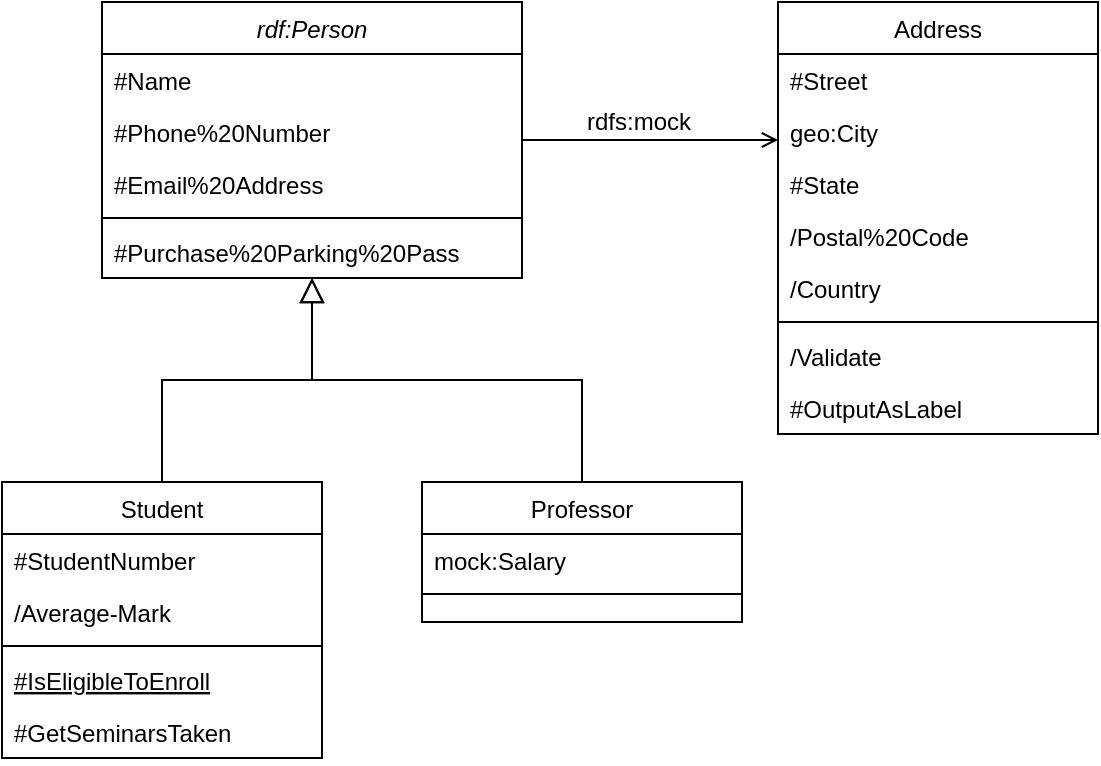
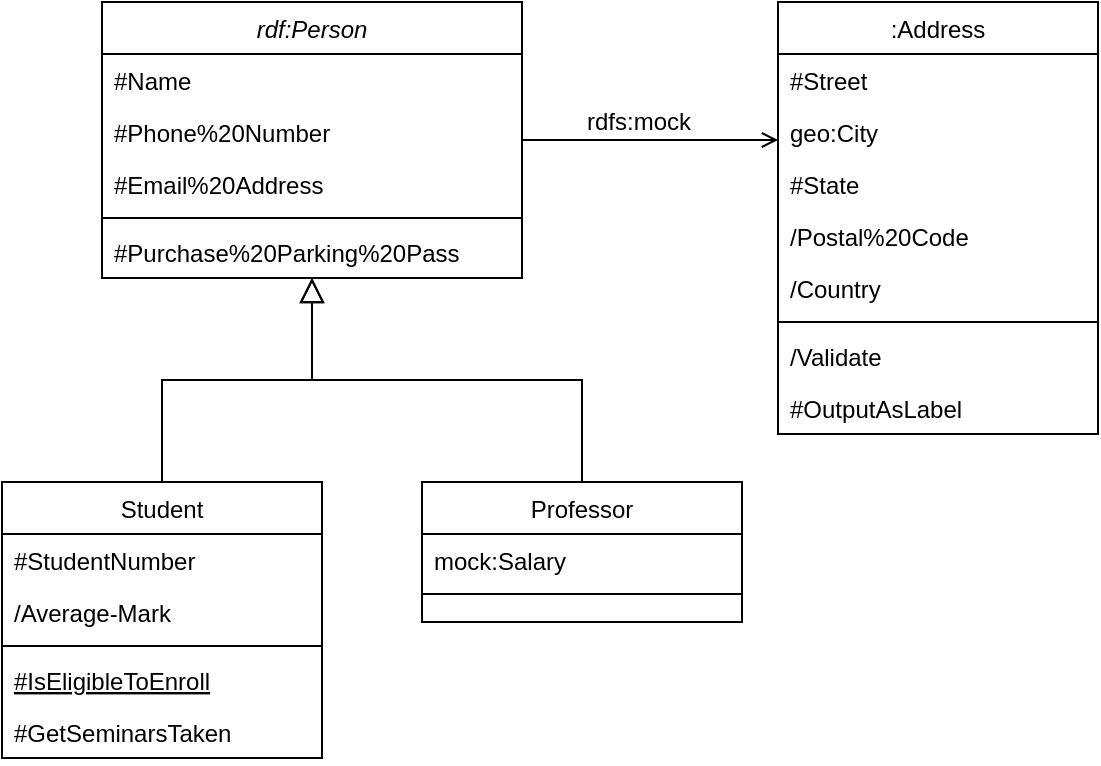
<mxfile host="[::]" agent="Mozilla/5.0 (Macintosh; Intel Mac OS X 10_15_7) AppleWebKit/537.36 (KHTML, like Gecko) Chrome/142.0.0.0 Safari/537.36" version="24.7.5">
  <diagram id="C5RBs43oDa-KdzZeNtuy" name="Page-1">
    <mxGraphModel dx="794" dy="428" grid="1" gridSize="10" guides="1" tooltips="1" connect="1" arrows="1" fold="1" page="1" pageScale="1" pageWidth="827" pageHeight="1169" math="0" shadow="0">
      <root>
        <gbadMetadata id="WIyWlLk6GJQsqaUBKTNV-0">
-           <mxCell />
          <userObjectPreambleElement rdfPrefix="mock" rdfIRI="mock://uri" />
          <userObjectPreambleElement rdfPrefix="geo" rdfIRI="http://some-mock-site-for-geo.com" />
+           <mxCell />
          <mxCell />
        </gbadMetadata>
        <mxCell id="WIyWlLk6GJQsqaUBKTNV-1" parent="WIyWlLk6GJQsqaUBKTNV-0" />
        <mxCell id="zkfFHV4jXpPFQw0GAbJ--0" value="rdf:Person" style="swimlane;fontStyle=2;align=center;verticalAlign=top;childLayout=stackLayout;horizontal=1;startSize=26;horizontalStack=0;resizeParent=1;resizeLast=0;collapsible=1;marginBottom=0;rounded=0;shadow=0;strokeWidth=1;" parent="WIyWlLk6GJQsqaUBKTNV-1" vertex="1">
          <mxGeometry x="170" y="120" width="210" height="138" as="geometry">
            <mxRectangle x="230" y="140" width="160" height="26" as="alternateBounds" />
          </mxGeometry>
        </mxCell>
        <mxCell id="zkfFHV4jXpPFQw0GAbJ--1" value="#Name" style="text;align=left;verticalAlign=top;spacingLeft=4;spacingRight=4;overflow=hidden;rotatable=0;points=[[0,0.5],[1,0.5]];portConstraint=eastwest;" parent="zkfFHV4jXpPFQw0GAbJ--0" vertex="1">
          <mxGeometry y="26" width="210" height="26" as="geometry" />
        </mxCell>
        <mxCell id="zkfFHV4jXpPFQw0GAbJ--2" value="#Phone%20Number" style="text;align=left;verticalAlign=top;spacingLeft=4;spacingRight=4;overflow=hidden;rotatable=0;points=[[0,0.5],[1,0.5]];portConstraint=eastwest;rounded=0;shadow=0;html=0;" parent="zkfFHV4jXpPFQw0GAbJ--0" vertex="1">
          <mxGeometry y="52" width="210" height="26" as="geometry" />
        </mxCell>
        <mxCell id="zkfFHV4jXpPFQw0GAbJ--3" value="#Email%20Address" style="text;align=left;verticalAlign=top;spacingLeft=4;spacingRight=4;overflow=hidden;rotatable=0;points=[[0,0.5],[1,0.5]];portConstraint=eastwest;rounded=0;shadow=0;html=0;" parent="zkfFHV4jXpPFQw0GAbJ--0" vertex="1">
          <mxGeometry y="78" width="210" height="26" as="geometry" />
        </mxCell>
        <mxCell id="zkfFHV4jXpPFQw0GAbJ--4" value="" style="line;html=1;strokeWidth=1;align=left;verticalAlign=middle;spacingTop=-1;spacingLeft=3;spacingRight=3;rotatable=0;labelPosition=right;points=[];portConstraint=eastwest;" parent="zkfFHV4jXpPFQw0GAbJ--0" vertex="1">
          <mxGeometry y="104" width="210" height="8" as="geometry" />
        </mxCell>
        <mxCell id="zkfFHV4jXpPFQw0GAbJ--5" value="#Purchase%20Parking%20Pass" style="text;align=left;verticalAlign=top;spacingLeft=4;spacingRight=4;overflow=hidden;rotatable=0;points=[[0,0.5],[1,0.5]];portConstraint=eastwest;" parent="zkfFHV4jXpPFQw0GAbJ--0" vertex="1">
          <mxGeometry y="112" width="210" height="26" as="geometry" />
        </mxCell>
        <mxCell id="zkfFHV4jXpPFQw0GAbJ--6" value="Student" style="swimlane;fontStyle=0;align=center;verticalAlign=top;childLayout=stackLayout;horizontal=1;startSize=26;horizontalStack=0;resizeParent=1;resizeLast=0;collapsible=1;marginBottom=0;rounded=0;shadow=0;strokeWidth=1;" parent="WIyWlLk6GJQsqaUBKTNV-1" vertex="1">
          <mxGeometry x="120" y="360" width="160" height="138" as="geometry">
            <mxRectangle x="130" y="380" width="160" height="26" as="alternateBounds" />
          </mxGeometry>
        </mxCell>
        <mxCell id="zkfFHV4jXpPFQw0GAbJ--7" value="#StudentNumber" style="text;align=left;verticalAlign=top;spacingLeft=4;spacingRight=4;overflow=hidden;rotatable=0;points=[[0,0.5],[1,0.5]];portConstraint=eastwest;" parent="zkfFHV4jXpPFQw0GAbJ--6" vertex="1">
          <mxGeometry y="26" width="160" height="26" as="geometry" />
        </mxCell>
        <mxCell id="zkfFHV4jXpPFQw0GAbJ--8" value="/Average-Mark" style="text;align=left;verticalAlign=top;spacingLeft=4;spacingRight=4;overflow=hidden;rotatable=0;points=[[0,0.5],[1,0.5]];portConstraint=eastwest;rounded=0;shadow=0;html=0;" parent="zkfFHV4jXpPFQw0GAbJ--6" vertex="1">
          <mxGeometry y="52" width="160" height="26" as="geometry" />
        </mxCell>
        <mxCell id="zkfFHV4jXpPFQw0GAbJ--9" value="" style="line;html=1;strokeWidth=1;align=left;verticalAlign=middle;spacingTop=-1;spacingLeft=3;spacingRight=3;rotatable=0;labelPosition=right;points=[];portConstraint=eastwest;" parent="zkfFHV4jXpPFQw0GAbJ--6" vertex="1">
          <mxGeometry y="78" width="160" height="8" as="geometry" />
        </mxCell>
        <mxCell id="zkfFHV4jXpPFQw0GAbJ--10" value="#IsEligibleToEnroll" style="text;align=left;verticalAlign=top;spacingLeft=4;spacingRight=4;overflow=hidden;rotatable=0;points=[[0,0.5],[1,0.5]];portConstraint=eastwest;fontStyle=4" parent="zkfFHV4jXpPFQw0GAbJ--6" vertex="1">
          <mxGeometry y="86" width="160" height="26" as="geometry" />
        </mxCell>
        <mxCell id="zkfFHV4jXpPFQw0GAbJ--11" value="#GetSeminarsTaken" style="text;align=left;verticalAlign=top;spacingLeft=4;spacingRight=4;overflow=hidden;rotatable=0;points=[[0,0.5],[1,0.5]];portConstraint=eastwest;" parent="zkfFHV4jXpPFQw0GAbJ--6" vertex="1">
          <mxGeometry y="112" width="160" height="26" as="geometry" />
        </mxCell>
        <mxCell id="zkfFHV4jXpPFQw0GAbJ--12" value="" style="endArrow=block;endSize=10;endFill=0;shadow=0;strokeWidth=1;rounded=0;curved=0;edgeStyle=elbowEdgeStyle;elbow=vertical;" parent="WIyWlLk6GJQsqaUBKTNV-1" source="zkfFHV4jXpPFQw0GAbJ--6" target="zkfFHV4jXpPFQw0GAbJ--0" edge="1">
          <mxGeometry width="160" relative="1" as="geometry">
            <mxPoint x="200" y="203" as="sourcePoint" />
            <mxPoint x="200" y="203" as="targetPoint" />
          </mxGeometry>
        </mxCell>
        <mxCell id="zkfFHV4jXpPFQw0GAbJ--13" value="Professor" style="swimlane;fontStyle=0;align=center;verticalAlign=top;childLayout=stackLayout;horizontal=1;startSize=26;horizontalStack=0;resizeParent=1;resizeLast=0;collapsible=1;marginBottom=0;rounded=0;shadow=0;strokeWidth=1;" parent="WIyWlLk6GJQsqaUBKTNV-1" vertex="1">
          <mxGeometry x="330" y="360" width="160" height="70" as="geometry">
            <mxRectangle x="340" y="380" width="170" height="26" as="alternateBounds" />
          </mxGeometry>
        </mxCell>
        <mxCell id="zkfFHV4jXpPFQw0GAbJ--14" value="mock:Salary" style="text;align=left;verticalAlign=top;spacingLeft=4;spacingRight=4;overflow=hidden;rotatable=0;points=[[0,0.5],[1,0.5]];portConstraint=eastwest;" parent="zkfFHV4jXpPFQw0GAbJ--13" vertex="1">
          <mxGeometry y="26" width="160" height="26" as="geometry" />
        </mxCell>
        <mxCell id="zkfFHV4jXpPFQw0GAbJ--15" value="" style="line;html=1;strokeWidth=1;align=left;verticalAlign=middle;spacingTop=-1;spacingLeft=3;spacingRight=3;rotatable=0;labelPosition=right;points=[];portConstraint=eastwest;" parent="zkfFHV4jXpPFQw0GAbJ--13" vertex="1">
          <mxGeometry y="52" width="160" height="8" as="geometry" />
        </mxCell>
        <mxCell id="zkfFHV4jXpPFQw0GAbJ--16" value="" style="endArrow=block;endSize=10;endFill=0;shadow=0;strokeWidth=1;rounded=0;curved=0;edgeStyle=elbowEdgeStyle;elbow=vertical;" parent="WIyWlLk6GJQsqaUBKTNV-1" source="zkfFHV4jXpPFQw0GAbJ--13" target="zkfFHV4jXpPFQw0GAbJ--0" edge="1">
          <mxGeometry width="160" relative="1" as="geometry">
            <mxPoint x="210" y="373" as="sourcePoint" />
            <mxPoint x="310" y="271" as="targetPoint" />
          </mxGeometry>
        </mxCell>
-         <mxCell id="zkfFHV4jXpPFQw0GAbJ--17" value="Address" style="swimlane;fontStyle=0;align=center;verticalAlign=top;childLayout=stackLayout;horizontal=1;startSize=26;horizontalStack=0;resizeParent=1;resizeLast=0;collapsible=1;marginBottom=0;rounded=0;shadow=0;strokeWidth=1;" parent="WIyWlLk6GJQsqaUBKTNV-1" vertex="1">
+         <mxCell id="zkfFHV4jXpPFQw0GAbJ--17" value=":Address" style="swimlane;fontStyle=0;align=center;verticalAlign=top;childLayout=stackLayout;horizontal=1;startSize=26;horizontalStack=0;resizeParent=1;resizeLast=0;collapsible=1;marginBottom=0;rounded=0;shadow=0;strokeWidth=1;" parent="WIyWlLk6GJQsqaUBKTNV-1" vertex="1">
          <mxGeometry x="508" y="120" width="160" height="216" as="geometry">
            <mxRectangle x="550" y="140" width="160" height="26" as="alternateBounds" />
          </mxGeometry>
        </mxCell>
        <mxCell id="zkfFHV4jXpPFQw0GAbJ--18" value="#Street" style="text;align=left;verticalAlign=top;spacingLeft=4;spacingRight=4;overflow=hidden;rotatable=0;points=[[0,0.5],[1,0.5]];portConstraint=eastwest;" parent="zkfFHV4jXpPFQw0GAbJ--17" vertex="1">
          <mxGeometry y="26" width="160" height="26" as="geometry" />
        </mxCell>
        <mxCell id="zkfFHV4jXpPFQw0GAbJ--19" value="geo:City" style="text;align=left;verticalAlign=top;spacingLeft=4;spacingRight=4;overflow=hidden;rotatable=0;points=[[0,0.5],[1,0.5]];portConstraint=eastwest;rounded=0;shadow=0;html=0;" parent="zkfFHV4jXpPFQw0GAbJ--17" vertex="1">
          <mxGeometry y="52" width="160" height="26" as="geometry" />
        </mxCell>
        <mxCell id="zkfFHV4jXpPFQw0GAbJ--20" value="#State" style="text;align=left;verticalAlign=top;spacingLeft=4;spacingRight=4;overflow=hidden;rotatable=0;points=[[0,0.5],[1,0.5]];portConstraint=eastwest;rounded=0;shadow=0;html=0;" parent="zkfFHV4jXpPFQw0GAbJ--17" vertex="1">
          <mxGeometry y="78" width="160" height="26" as="geometry" />
        </mxCell>
        <mxCell id="zkfFHV4jXpPFQw0GAbJ--21" value="/Postal%20Code" style="text;align=left;verticalAlign=top;spacingLeft=4;spacingRight=4;overflow=hidden;rotatable=0;points=[[0,0.5],[1,0.5]];portConstraint=eastwest;rounded=0;shadow=0;html=0;" parent="zkfFHV4jXpPFQw0GAbJ--17" vertex="1">
          <mxGeometry y="104" width="160" height="26" as="geometry" />
        </mxCell>
        <mxCell id="zkfFHV4jXpPFQw0GAbJ--22" value="/Country" style="text;align=left;verticalAlign=top;spacingLeft=4;spacingRight=4;overflow=hidden;rotatable=0;points=[[0,0.5],[1,0.5]];portConstraint=eastwest;rounded=0;shadow=0;html=0;" parent="zkfFHV4jXpPFQw0GAbJ--17" vertex="1">
          <mxGeometry y="130" width="160" height="26" as="geometry" />
        </mxCell>
        <mxCell id="zkfFHV4jXpPFQw0GAbJ--23" value="" style="line;html=1;strokeWidth=1;align=left;verticalAlign=middle;spacingTop=-1;spacingLeft=3;spacingRight=3;rotatable=0;labelPosition=right;points=[];portConstraint=eastwest;" parent="zkfFHV4jXpPFQw0GAbJ--17" vertex="1">
          <mxGeometry y="156" width="160" height="8" as="geometry" />
        </mxCell>
        <mxCell id="zkfFHV4jXpPFQw0GAbJ--24" value="/Validate" style="text;align=left;verticalAlign=top;spacingLeft=4;spacingRight=4;overflow=hidden;rotatable=0;points=[[0,0.5],[1,0.5]];portConstraint=eastwest;" parent="zkfFHV4jXpPFQw0GAbJ--17" vertex="1">
          <mxGeometry y="164" width="160" height="26" as="geometry" />
        </mxCell>
        <mxCell id="zkfFHV4jXpPFQw0GAbJ--25" value="#OutputAsLabel" style="text;align=left;verticalAlign=top;spacingLeft=4;spacingRight=4;overflow=hidden;rotatable=0;points=[[0,0.5],[1,0.5]];portConstraint=eastwest;" parent="zkfFHV4jXpPFQw0GAbJ--17" vertex="1">
          <mxGeometry y="190" width="160" height="26" as="geometry" />
        </mxCell>
        <mxCell id="zkfFHV4jXpPFQw0GAbJ--26" value="" style="endArrow=open;shadow=0;strokeWidth=1;rounded=0;curved=0;endFill=1;edgeStyle=elbowEdgeStyle;elbow=vertical;" parent="WIyWlLk6GJQsqaUBKTNV-1" source="zkfFHV4jXpPFQw0GAbJ--0" target="zkfFHV4jXpPFQw0GAbJ--17" edge="1">
          <mxGeometry x="0.5" y="41" relative="1" as="geometry">
            <mxPoint x="380" y="192" as="sourcePoint" />
            <mxPoint x="540" y="192" as="targetPoint" />
            <mxPoint x="-40" y="32" as="offset" />
          </mxGeometry>
        </mxCell>
        <mxCell id="zkfFHV4jXpPFQw0GAbJ--29" value="rdfs:mock" style="text;html=1;resizable=0;points=[];;align=center;verticalAlign=middle;labelBackgroundColor=none;rounded=0;shadow=0;strokeWidth=1;fontSize=12;" parent="zkfFHV4jXpPFQw0GAbJ--26" vertex="1" connectable="0">
          <mxGeometry x="0.5" y="49" relative="1" as="geometry">
            <mxPoint x="-38" y="40" as="offset" />
          </mxGeometry>
        </mxCell>
      </root>
    </mxGraphModel>
  </diagram>
</mxfile>
